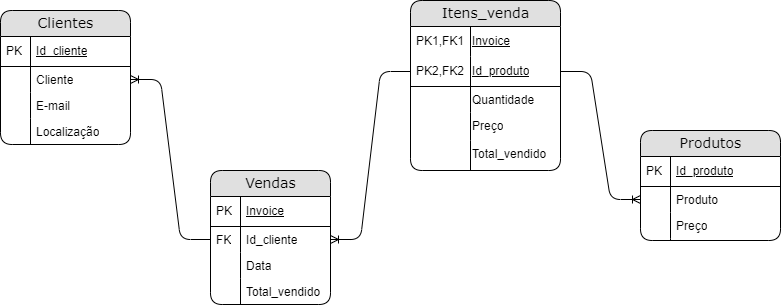
This is consultas_schemas_sql/Schema-Relacional.png from alves05/Pipeline_Dados_Python_Postgres_PowerBI, a draw.io export, as it was before one commit. Source tidied: cells renumbered, new cells last; positions are measured from the earlier drawing's top-left corner, leaving out a move shared by most shapes.
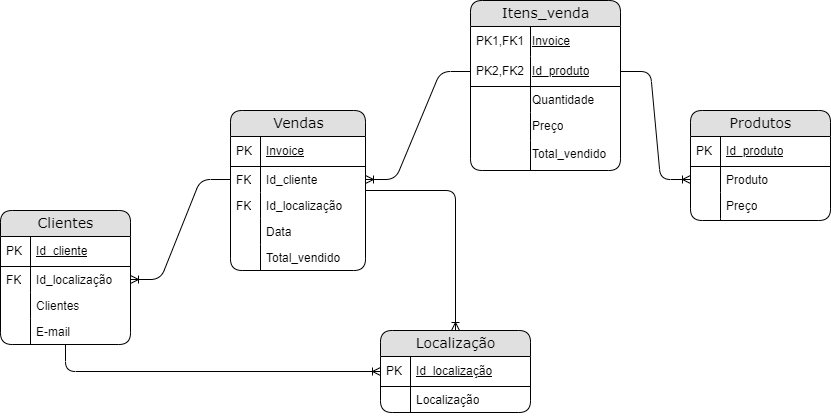
After the change.

The edit, as a diff of the source:
```diff
@@ -3,7 +3,7 @@
     <mxCell id="0" />
     <mxCell id="1" parent="0" />
     <mxCell id="2" value="Itens_venda" style="swimlane;html=1;fontStyle=0;horizontal=1;startSize=26;fillColor=#e0e0e0;swimlaneFillColor=#ffffff;align=center;rounded=1;shadow=0;comic=0;labelBackgroundColor=none;strokeWidth=1;fontFamily=Verdana;fontSize=14;swimlaneLine=1;glass=0;strokeColor=default;" parent="1" vertex="1">
-      <mxGeometry x="410" width="150" height="170" as="geometry" />
+      <mxGeometry x="470" width="150" height="170" as="geometry" />
     </mxCell>
     <mxCell id="3" value="&lt;span style=&quot;font-weight: normal;&quot;&gt;Invoice&lt;/span&gt;" style="shape=partialRectangle;top=0;left=0;right=0;bottom=0;html=1;align=left;verticalAlign=middle;fillColor=none;spacingLeft=60;spacingRight=4;whiteSpace=wrap;overflow=hidden;fontStyle=5;" parent="2" vertex="1">
       <mxGeometry y="26" width="150" height="30" as="geometry" />
@@ -36,7 +36,7 @@
       <mxGeometry width="60" height="30" as="geometry" />
     </mxCell>
     <mxCell id="13" value="Produtos" style="swimlane;html=1;fontStyle=0;horizontal=1;startSize=26;fillColor=#e0e0e0;swimlaneFillColor=#ffffff;align=center;rounded=1;shadow=0;comic=0;labelBackgroundColor=none;strokeWidth=1;fontFamily=Verdana;fontSize=14;" parent="1" vertex="1">
-      <mxGeometry x="640" y="130" width="140" height="110" as="geometry" />
+      <mxGeometry x="690" y="110" width="140" height="110" as="geometry" />
     </mxCell>
     <mxCell id="14" value="&lt;span style=&quot;font-weight: normal;&quot;&gt;Id_produto&lt;/span&gt;" style="shape=partialRectangle;top=0;left=0;right=0;bottom=1;html=1;align=left;verticalAlign=middle;fillColor=none;spacingLeft=34;spacingRight=4;whiteSpace=wrap;overflow=hidden;fontStyle=5;" parent="13" vertex="1">
       <mxGeometry y="26" width="140" height="30" as="geometry" />
@@ -62,8 +62,11 @@
     <mxCell id="21" style="shape=partialRectangle;top=0;left=0;bottom=0;html=1;fillColor=none;align=left;verticalAlign=top;spacingLeft=4;spacingRight=4;whiteSpace=wrap;overflow=hidden;" parent="20" vertex="1">
       <mxGeometry width="30" height="2" as="geometry" />
     </mxCell>
+    <mxCell id="43" style="edgeStyle=orthogonalEdgeStyle;rounded=1;jettySize=auto;html=1;entryX=0;entryY=0.5;entryDx=0;entryDy=0;endArrow=ERoneToMany;endFill=0;" parent="1" edge="1" source="22" target="48">
+      <mxGeometry relative="1" as="geometry" />
+    </mxCell>
     <mxCell id="22" value="Clientes" style="swimlane;html=1;fontStyle=0;horizontal=1;startSize=26;fillColor=#e0e0e0;swimlaneFillColor=#ffffff;align=center;rounded=1;shadow=0;comic=0;labelBackgroundColor=none;strokeWidth=1;fontFamily=Verdana;fontSize=14;" parent="1" vertex="1">
-      <mxGeometry y="10" width="130" height="134" as="geometry" />
+      <mxGeometry y="210" width="130" height="134" as="geometry" />
     </mxCell>
     <mxCell id="23" value="&lt;span style=&quot;font-weight: normal;&quot;&gt;Id_cliente&lt;/span&gt;" style="shape=partialRectangle;top=0;left=0;right=0;bottom=1;html=1;align=left;verticalAlign=middle;fillColor=none;spacingLeft=34;spacingRight=4;whiteSpace=wrap;overflow=hidden;fontStyle=5;" parent="22" vertex="1">
       <mxGeometry y="26" width="130" height="30" as="geometry" />
@@ -71,51 +74,60 @@
     <mxCell id="24" value="PK" style="shape=partialRectangle;top=0;left=0;bottom=0;html=1;fillColor=none;align=left;verticalAlign=middle;spacingLeft=4;spacingRight=4;whiteSpace=wrap;overflow=hidden;" parent="23" vertex="1">
       <mxGeometry width="30" height="30" as="geometry" />
     </mxCell>
-    <mxCell id="25" value="Cliente" style="shape=partialRectangle;top=0;left=0;right=0;bottom=0;html=1;align=left;verticalAlign=top;fillColor=none;spacingLeft=34;spacingRight=4;whiteSpace=wrap;overflow=hidden;points=[[0,0.5],[1,0.5]];portConstraint=eastwest;" parent="22" vertex="1">
+    <mxCell id="25" value="Id_localização" style="shape=partialRectangle;top=0;left=0;right=0;bottom=0;html=1;align=left;verticalAlign=top;fillColor=none;spacingLeft=34;spacingRight=4;whiteSpace=wrap;overflow=hidden;points=[[0,0.5],[1,0.5]];portConstraint=eastwest;" parent="22" vertex="1">
       <mxGeometry y="56" width="130" height="26" as="geometry" />
     </mxCell>
-    <mxCell id="26" style="shape=partialRectangle;top=0;left=0;bottom=0;html=1;fillColor=none;align=left;verticalAlign=top;spacingLeft=4;spacingRight=4;whiteSpace=wrap;overflow=hidden;" parent="25" vertex="1">
+    <mxCell id="26" value="FK" style="shape=partialRectangle;top=0;left=0;bottom=0;html=1;fillColor=none;align=left;verticalAlign=top;spacingLeft=4;spacingRight=4;whiteSpace=wrap;overflow=hidden;" parent="25" vertex="1">
       <mxGeometry width="30" height="26" as="geometry" />
     </mxCell>
-    <mxCell id="27" value="E-mail" style="shape=partialRectangle;top=0;left=0;right=0;bottom=0;html=1;align=left;verticalAlign=top;fillColor=none;spacingLeft=34;spacingRight=4;whiteSpace=wrap;overflow=hidden;" parent="22" vertex="1">
+    <mxCell id="27" value="Clientes" style="shape=partialRectangle;top=0;left=0;right=0;bottom=0;html=1;align=left;verticalAlign=top;fillColor=none;spacingLeft=34;spacingRight=4;whiteSpace=wrap;overflow=hidden;" parent="22" vertex="1">
       <mxGeometry y="82" width="130" height="26" as="geometry" />
     </mxCell>
     <mxCell id="28" style="shape=partialRectangle;top=0;left=0;bottom=0;html=1;fillColor=none;align=left;verticalAlign=top;spacingLeft=4;spacingRight=4;whiteSpace=wrap;overflow=hidden;" parent="27" vertex="1">
       <mxGeometry width="30" height="26" as="geometry" />
     </mxCell>
-    <mxCell id="29" value="Localização" style="shape=partialRectangle;top=0;left=0;right=0;bottom=0;html=1;align=left;verticalAlign=top;fillColor=none;spacingLeft=34;spacingRight=4;whiteSpace=wrap;overflow=hidden;" parent="22" vertex="1">
+    <mxCell id="29" value="E-mail" style="shape=partialRectangle;top=0;left=0;right=0;bottom=0;html=1;align=left;verticalAlign=top;fillColor=none;spacingLeft=34;spacingRight=4;whiteSpace=wrap;overflow=hidden;" parent="22" vertex="1">
       <mxGeometry y="108" width="130" height="26" as="geometry" />
     </mxCell>
     <mxCell id="30" style="shape=partialRectangle;top=0;left=0;bottom=0;html=1;fillColor=none;align=left;verticalAlign=top;spacingLeft=4;spacingRight=4;whiteSpace=wrap;overflow=hidden;" parent="29" vertex="1">
       <mxGeometry width="30" height="26" as="geometry" />
     </mxCell>
+    <mxCell id="44" style="edgeStyle=orthogonalEdgeStyle;jettySize=auto;html=1;endArrow=ERoneToMany;endFill=0;rounded=1;" parent="1" edge="1" source="31" target="47">
+      <mxGeometry relative="1" as="geometry" />
+    </mxCell>
     <mxCell id="31" value="Vendas" style="swimlane;html=1;fontStyle=0;horizontal=1;startSize=26;fillColor=#e0e0e0;swimlaneFillColor=#ffffff;align=center;rounded=1;shadow=0;comic=0;labelBackgroundColor=none;strokeWidth=1;fontFamily=Verdana;fontSize=14;" parent="1" vertex="1">
-      <mxGeometry x="210" y="170" width="120" height="134" as="geometry" />
+      <mxGeometry x="230" y="110" width="135" height="160" as="geometry" />
     </mxCell>
     <mxCell id="32" value="&lt;span style=&quot;font-weight: normal;&quot;&gt;Invoice&lt;/span&gt;" style="shape=partialRectangle;top=0;left=0;right=0;bottom=1;html=1;align=left;verticalAlign=middle;fillColor=none;spacingLeft=34;spacingRight=4;whiteSpace=wrap;overflow=hidden;fontStyle=5;" parent="31" vertex="1">
-      <mxGeometry y="26" width="120" height="30" as="geometry" />
+      <mxGeometry y="26" width="135" height="30" as="geometry" />
     </mxCell>
     <mxCell id="33" value="PK" style="shape=partialRectangle;top=0;left=0;bottom=0;html=1;fillColor=none;align=left;verticalAlign=middle;spacingLeft=4;spacingRight=4;whiteSpace=wrap;overflow=hidden;" parent="32" vertex="1">
       <mxGeometry width="30" height="30" as="geometry" />
     </mxCell>
     <mxCell id="34" value="Id_cliente" style="shape=partialRectangle;top=0;left=0;right=0;bottom=0;html=1;align=left;verticalAlign=top;fillColor=none;spacingLeft=34;spacingRight=4;whiteSpace=wrap;overflow=hidden;points=[[0,0.5],[1,0.5]];portConstraint=eastwest;" parent="31" vertex="1">
-      <mxGeometry y="56" width="120" height="26" as="geometry" />
+      <mxGeometry y="56" width="135" height="26" as="geometry" />
     </mxCell>
     <mxCell id="35" value="FK" style="shape=partialRectangle;top=0;left=0;bottom=0;html=1;fillColor=none;align=left;verticalAlign=top;spacingLeft=4;spacingRight=4;whiteSpace=wrap;overflow=hidden;" parent="34" vertex="1">
       <mxGeometry width="30" height="26" as="geometry" />
     </mxCell>
-    <mxCell id="36" value="Data" style="shape=partialRectangle;top=0;left=0;right=0;bottom=0;html=1;align=left;verticalAlign=top;fillColor=none;spacingLeft=34;spacingRight=4;whiteSpace=wrap;overflow=hidden;" parent="31" vertex="1">
-      <mxGeometry y="82" width="120" height="26" as="geometry" />
+    <mxCell id="36" value="Id_localização" style="shape=partialRectangle;top=0;left=0;right=0;bottom=0;html=1;align=left;verticalAlign=top;fillColor=none;spacingLeft=34;spacingRight=4;whiteSpace=wrap;overflow=hidden;" parent="31" vertex="1">
+      <mxGeometry y="82" width="135" height="26" as="geometry" />
     </mxCell>
-    <mxCell id="37" style="shape=partialRectangle;top=0;left=0;bottom=0;html=1;fillColor=none;align=left;verticalAlign=top;spacingLeft=4;spacingRight=4;whiteSpace=wrap;overflow=hidden;" parent="36" vertex="1">
+    <mxCell id="37" value="FK" style="shape=partialRectangle;top=0;left=0;bottom=0;html=1;fillColor=none;align=left;verticalAlign=top;spacingLeft=4;spacingRight=4;whiteSpace=wrap;overflow=hidden;" parent="36" vertex="1">
       <mxGeometry width="30" height="26" as="geometry" />
     </mxCell>
-    <mxCell id="38" value="Total_vendido" style="shape=partialRectangle;top=0;left=0;right=0;bottom=0;html=1;align=left;verticalAlign=top;fillColor=none;spacingLeft=34;spacingRight=4;whiteSpace=wrap;overflow=hidden;" parent="31" vertex="1">
-      <mxGeometry y="108" width="120" height="26" as="geometry" />
+    <mxCell id="38" value="Data" style="shape=partialRectangle;top=0;left=0;right=0;bottom=0;html=1;align=left;verticalAlign=top;fillColor=none;spacingLeft=34;spacingRight=4;whiteSpace=wrap;overflow=hidden;" parent="31" vertex="1">
+      <mxGeometry y="108" width="135" height="26" as="geometry" />
     </mxCell>
     <mxCell id="39" style="shape=partialRectangle;top=0;left=0;bottom=0;html=1;fillColor=none;align=left;verticalAlign=top;spacingLeft=4;spacingRight=4;whiteSpace=wrap;overflow=hidden;" parent="38" vertex="1">
       <mxGeometry width="30" height="26" as="geometry" />
     </mxCell>
+    <mxCell id="45" value="Total_vendido" style="shape=partialRectangle;top=0;left=0;right=0;bottom=0;html=1;align=left;verticalAlign=top;fillColor=none;spacingLeft=34;spacingRight=4;whiteSpace=wrap;overflow=hidden;" parent="31" vertex="1">
+      <mxGeometry y="134" width="135" height="26" as="geometry" />
+    </mxCell>
+    <mxCell id="46" style="shape=partialRectangle;top=0;left=0;bottom=0;html=1;fillColor=none;align=left;verticalAlign=top;spacingLeft=4;spacingRight=4;whiteSpace=wrap;overflow=hidden;" parent="45" vertex="1">
+      <mxGeometry width="30" height="26" as="geometry" />
+    </mxCell>
     <mxCell id="40" style="edgeStyle=entityRelationEdgeStyle;fontSize=12;html=1;endArrow=ERoneToMany;entryX=1;entryY=0.5;entryDx=0;entryDy=0;exitX=0;exitY=0.5;exitDx=0;exitDy=0;" parent="1" edge="1" source="34" target="25">
       <mxGeometry relative="1" as="geometry" />
     </mxCell>
@@ -132,5 +144,20 @@
         </Array>
       </mxGeometry>
     </mxCell>
+    <mxCell id="47" value="Localização" style="swimlane;html=1;fontStyle=0;horizontal=1;startSize=26;fillColor=#e0e0e0;swimlaneFillColor=#ffffff;align=center;rounded=1;shadow=0;comic=0;labelBackgroundColor=none;strokeWidth=1;fontFamily=Verdana;fontSize=14;" parent="1" vertex="1">
+      <mxGeometry x="380" y="330" width="150" height="82" as="geometry" />
+    </mxCell>
+    <mxCell id="48" value="&lt;span style=&quot;font-weight: normal;&quot;&gt;Id_localização&lt;/span&gt;" style="shape=partialRectangle;top=0;left=0;right=0;bottom=1;html=1;align=left;verticalAlign=middle;fillColor=none;spacingLeft=34;spacingRight=4;whiteSpace=wrap;overflow=hidden;points=[[0,0.5],[1,0.5]];portConstraint=eastwest;fontStyle=5;" parent="47" vertex="1">
+      <mxGeometry y="26" width="150" height="30" as="geometry" />
+    </mxCell>
+    <mxCell id="49" value="PK" style="shape=partialRectangle;top=0;left=0;bottom=0;html=1;fillColor=none;align=left;verticalAlign=middle;spacingLeft=4;spacingRight=4;whiteSpace=wrap;overflow=hidden;" parent="48" vertex="1">
+      <mxGeometry width="30" height="30" as="geometry" />
+    </mxCell>
+    <mxCell id="50" value="Localização" style="shape=partialRectangle;top=0;left=0;right=0;bottom=0;html=1;align=left;verticalAlign=top;fillColor=none;spacingLeft=34;spacingRight=4;whiteSpace=wrap;overflow=hidden;" parent="47" vertex="1">
+      <mxGeometry y="56" width="150" height="26" as="geometry" />
+    </mxCell>
+    <mxCell id="51" style="shape=partialRectangle;top=0;left=0;bottom=0;html=1;fillColor=none;align=left;verticalAlign=top;spacingLeft=4;spacingRight=4;whiteSpace=wrap;overflow=hidden;" parent="50" vertex="1">
+      <mxGeometry width="30" height="26" as="geometry" />
+    </mxCell>
   </root>
 </mxGraphModel>
```
